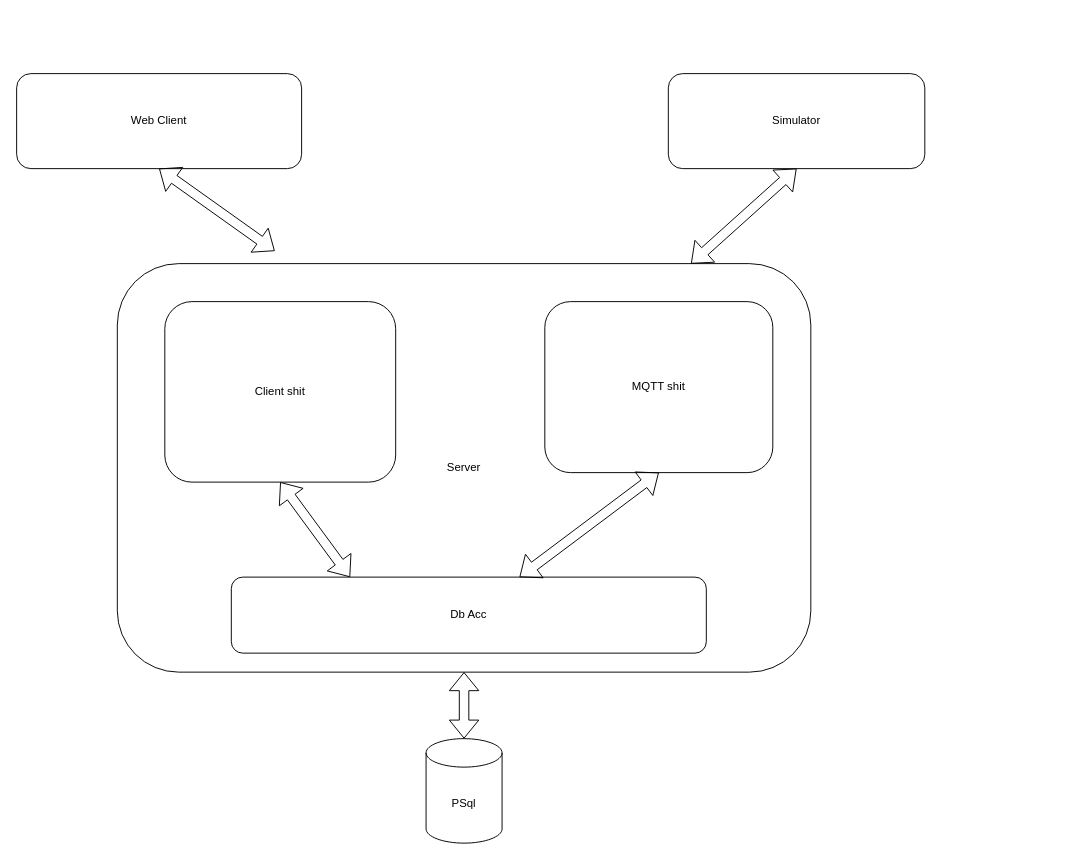
kalicsadam/FleetBrother keeps this draw.io diagram as docs/FleetBrother_architecture.drawio. Above is the earlier version. Source tidied: cells renumbered, new cells numbered last; positions are measured from the earlier drawing's top-left corner, leaving out a move shared by most shapes. Both pictures are drawn from the tidied source at 95%, with x=0, y=0 at pixel (16, 73).
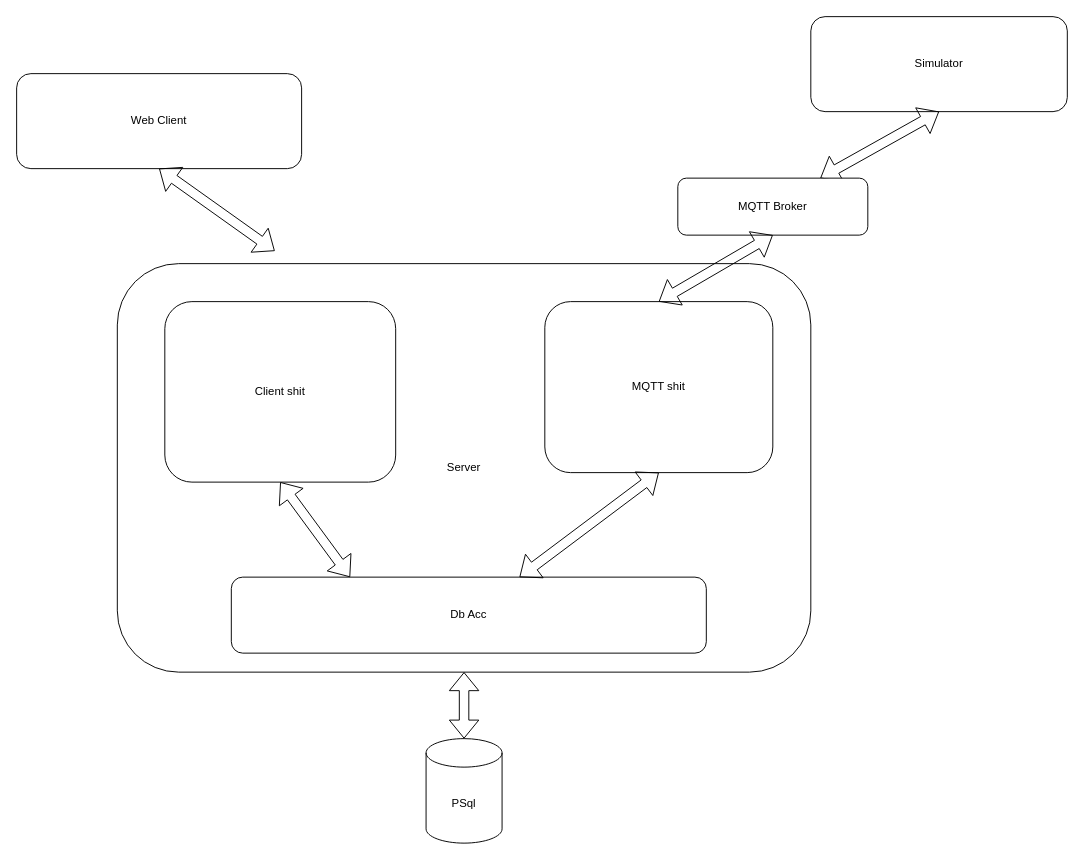
The same page after the edit.

Change to the diagram source:
```diff
@@
 <mxGraphModel>
   <root>
     <mxCell id="0" />
     <mxCell id="1" parent="0" />
     <mxCell id="2" value="Server" style="rounded=1;whiteSpace=wrap;html=1;" parent="1" vertex="1">
       <mxGeometry x="106" y="200" width="730" height="430" as="geometry" />
     </mxCell>
     <mxCell id="3" value="Web Client" style="rounded=1;whiteSpace=wrap;html=1;" parent="1" vertex="1">
       <mxGeometry width="300" height="100" as="geometry" />
     </mxCell>
     <mxCell id="4" value="PSql" style="shape=cylinder3;whiteSpace=wrap;html=1;boundedLbl=1;backgroundOutline=1;size=15;" parent="1" vertex="1">
       <mxGeometry x="431" y="700" width="80" height="110" as="geometry" />
     </mxCell>
     <mxCell id="5" value="Simulator" style="rounded=1;whiteSpace=wrap;html=1;" parent="1" vertex="1">
-      <mxGeometry x="686" width="270" height="100" as="geometry" />
+      <mxGeometry x="836" y="-60" width="270" height="100" as="geometry" />
     </mxCell>
     <mxCell id="6" style="shape=flexArrow;endArrow=classic;startArrow=classic;html=1;rounded=0;entryX=0.5;entryY=1;entryDx=0;entryDy=0;exitX=0.5;exitY=0;exitDx=0;exitDy=0;exitPerimeter=0;" parent="1" edge="1" source="4" target="2">
       <mxGeometry relative="1" as="geometry" />
     </mxCell>
     <mxCell id="7" style="shape=flexArrow;endArrow=classic;startArrow=classic;html=1;rounded=0;exitX=0.5;exitY=1;exitDx=0;exitDy=0;entryX=0.227;entryY=-0.031;entryDx=0;entryDy=0;entryPerimeter=0;" parent="1" edge="1" source="3" target="2">
       <mxGeometry relative="1" as="geometry" />
     </mxCell>
-    <mxCell id="8" style="shape=flexArrow;endArrow=classic;startArrow=classic;html=1;rounded=0;entryX=0.5;entryY=1;entryDx=0;entryDy=0;" parent="1" edge="1" source="2" target="5">
+    <mxCell id="8" style="shape=flexArrow;endArrow=classic;startArrow=classic;html=1;rounded=0;entryX=0.5;entryY=1;entryDx=0;entryDy=0;exitX=0.75;exitY=0;exitDx=0;exitDy=0;" parent="1" edge="1" source="14" target="5">
       <mxGeometry relative="1" as="geometry" />
     </mxCell>
     <mxCell id="9" value="Db Acc" style="rounded=1;whiteSpace=wrap;html=1;" parent="1" vertex="1">
       <mxGeometry x="226" y="530" width="500" height="80" as="geometry" />
     </mxCell>
     <mxCell id="10" value="Client shit" style="rounded=1;whiteSpace=wrap;html=1;" parent="1" vertex="1">
       <mxGeometry x="156" y="240" width="243" height="190" as="geometry" />
     </mxCell>
     <mxCell id="11" value="MQTT shit" style="rounded=1;whiteSpace=wrap;html=1;" parent="1" vertex="1">
       <mxGeometry x="556" y="240" width="240" height="180" as="geometry" />
     </mxCell>
     <mxCell id="12" style="shape=flexArrow;endArrow=classic;startArrow=classic;html=1;rounded=0;entryX=0.5;entryY=1;entryDx=0;entryDy=0;" parent="1" edge="1" source="9" target="11">
       <mxGeometry relative="1" as="geometry" />
     </mxCell>
     <mxCell id="13" style="shape=flexArrow;endArrow=classic;startArrow=classic;html=1;rounded=0;exitX=0.5;exitY=1;exitDx=0;exitDy=0;entryX=0.25;entryY=0;entryDx=0;entryDy=0;" parent="1" edge="1" source="10" target="9">
       <mxGeometry relative="1" as="geometry" />
     </mxCell>
+    <mxCell id="14" value="MQTT Broker" style="rounded=1;whiteSpace=wrap;html=1;" parent="1" vertex="1">
+      <mxGeometry x="696" y="110" width="200" height="60" as="geometry" />
+    </mxCell>
+    <mxCell id="15" style="shape=flexArrow;endArrow=classic;startArrow=classic;html=1;rounded=0;exitX=0.5;exitY=0;exitDx=0;exitDy=0;entryX=0.5;entryY=1;entryDx=0;entryDy=0;" parent="1" edge="1" source="11" target="14">
+      <mxGeometry relative="1" as="geometry" />
+    </mxCell>
   </root>
 </mxGraphModel>
```
